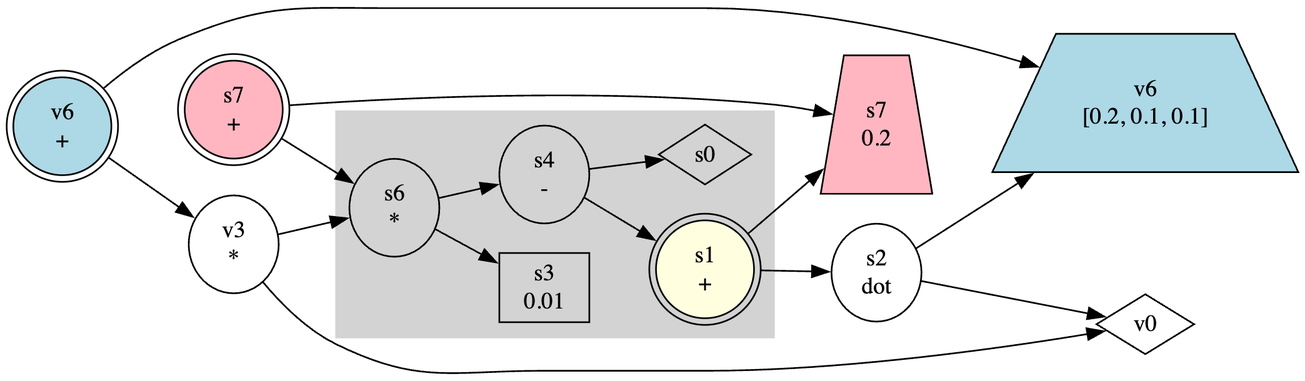
This is paper/mgg_automl_zero_vag/mutations/mutated_subgraph.png from ono-lab/ResearchMishimaAutoMLZero, a Graphviz export, as it was before one commit. Its source is kept beside it as paper/mgg_automl_zero_vag/mutations/mutated_subgraph.dot.
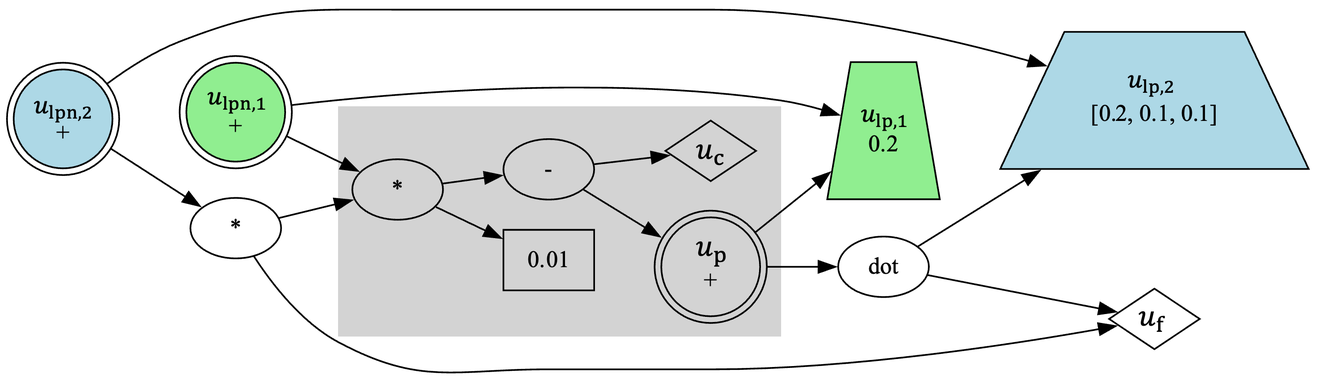
The same diagram one commit later.

Diff of the diagram source:
```diff
@@ -2,18 +2,18 @@
 
     rankdir=LR;
 
-    s1 [label="s1\n+", shape=doublecircle, style=filled, fillcolor=lightyellow];
-    s2 [label="s2\ndot"];
-    s3 [label="s3\n0.01", shape=box];
-    s4 [label="s4\n-"];
-    s6 [label="s6\n*"];
-    v3 [label="v3\n*"];
-    v6_next [label="v6\n+", shape=doublecircle, style=filled, fillcolor=lightblue];
-    s7_next [label="s7\n+", shape=doublecircle, style=filled, fillcolor=lightpink];
-    s7 [style=filled, shape=trapezium, fillcolor=lightpink];
-    v6 [style=filled, shape=trapezium, fillcolor=lightblue];
-    v0 [shape=diamond];
-    s0 [shape=diamond];
+    s1 [label="     \n+", shape=doublecircle];
+    s2 [label="dot"];
+    s3 [label="0.01", shape=box];
+    s4 [label="-"];
+    s6 [label="*"];
+    v3 [label="*"];
+    v6_next [label="     \n+", shape=doublecircle, style=filled, fillcolor=lightblue];
+    s7_next [label="     \n+", shape=doublecircle, style=filled, fillcolor=lightgreen];
+    s7 [label="\n0.2", style=filled, shape=trapezium, fillcolor=lightgreen];
+    v6 [label="\n[0.2, 0.1, 0.1]",style=filled, shape=trapezium, fillcolor=lightblue];
+    v0 [label="",shape=diamond];
+    s0 [label="",shape=diamond];
 
     s2 -> v0;
     s2 -> v6;
```
